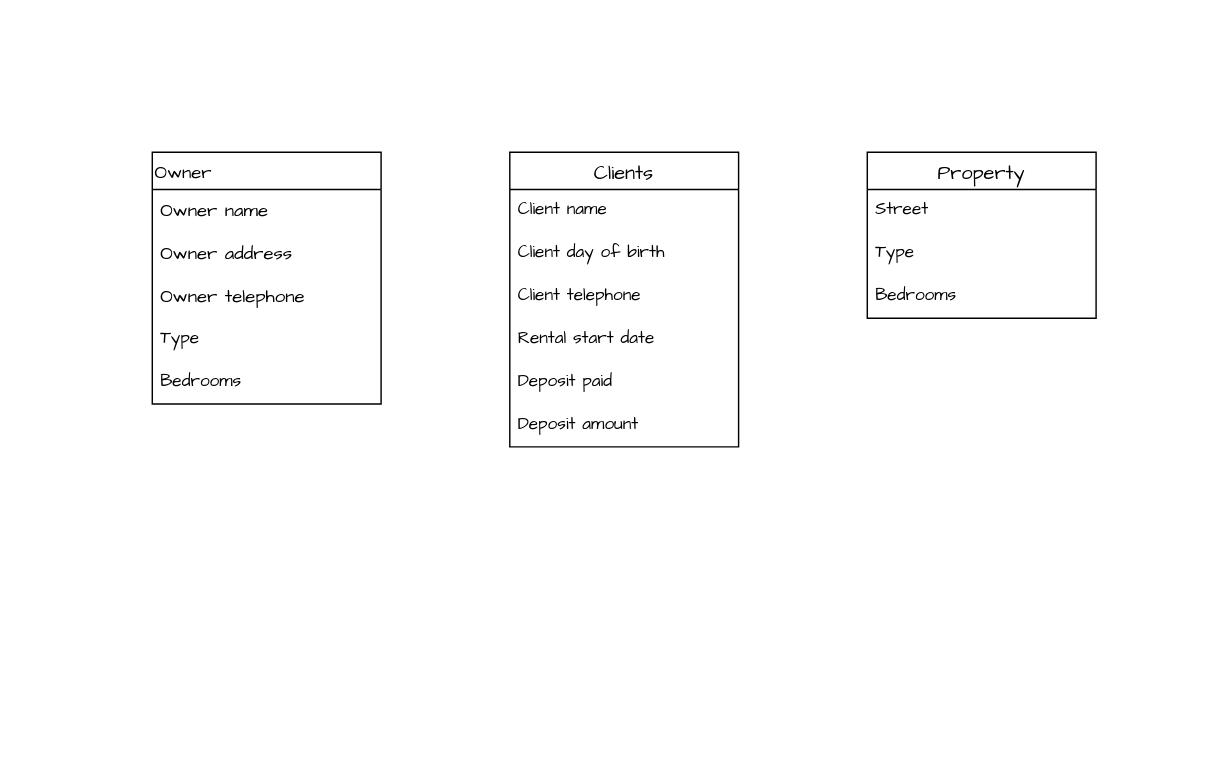
Earlier version of the draw.io diagram 3NF table structure.drawio (Richard-A-llen/Python). Source tidied: cells renumbered, new cells numbered last; positions are measured from the earlier drawing's top-left corner, leaving out a move shared by most shapes. Both pictures are drawn from the tidied source at 143%, with x=0, y=0 at pixel (152, 152).
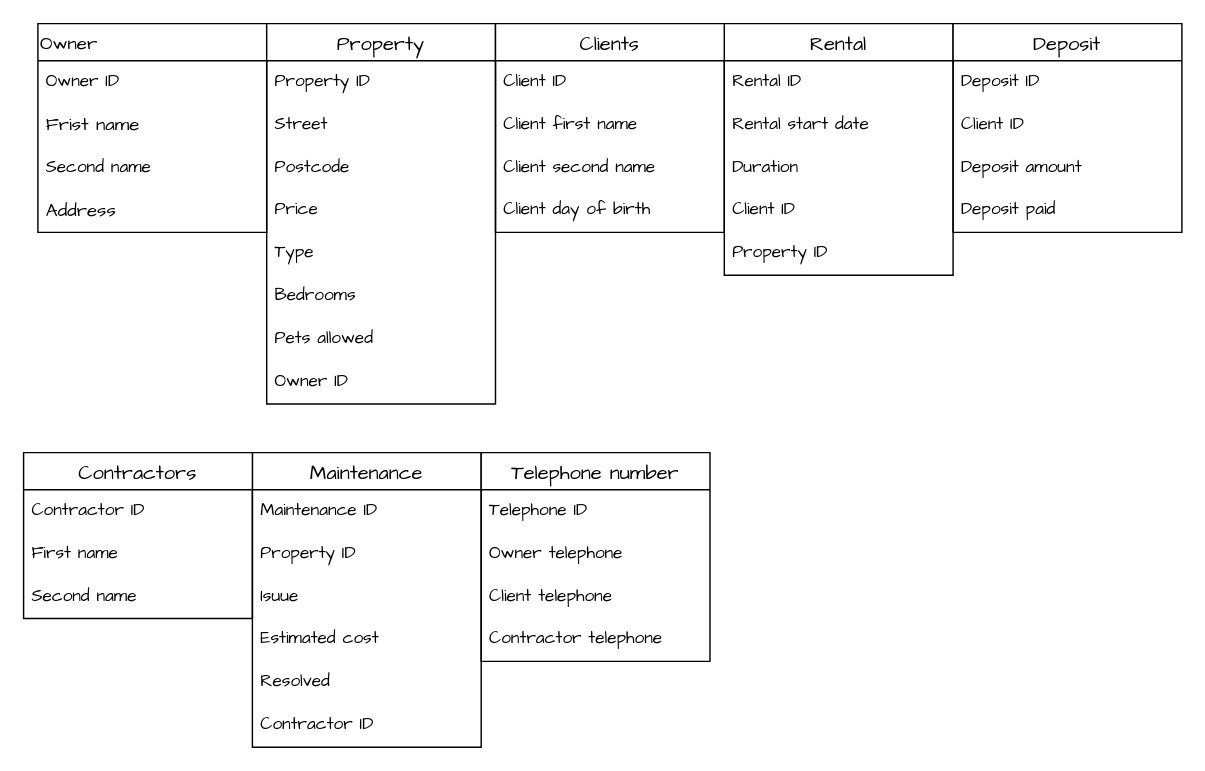
The same diagram, later.

The edit, as a diff of the source:
```diff
@@
     <mxCell id="2" value="Owner" style="swimlane;fontStyle=0;horizontal=1;startSize=26;align=left;fontSize=13;fontFamily=Comic Sans MS;" parent="1" vertex="1">
-      <mxGeometry width="160" height="176" as="geometry" />
+      <mxGeometry x="-80" y="-90" width="160" height="146" as="geometry" />
     </mxCell>
+    <mxCell id="19" value="Owner ID" style="text;strokeColor=none;fillColor=none;spacingLeft=4;spacingRight=4;overflow=hidden;fontSize=12;fontFamily=Comic Sans MS;" parent="2" vertex="1">
+      <mxGeometry y="26" width="160" height="30" as="geometry" />
+    </mxCell>
-    <mxCell id="3" value="Owner name" style="text;strokeColor=none;fillColor=none;spacingLeft=4;spacingRight=4;overflow=hidden;fontSize=13;fontFamily=Comic Sans MS;align=left;fontStyle=0;" parent="2" vertex="1">
-      <mxGeometry y="26" width="160" height="30" as="geometry" />
+    <mxCell id="3" value="Frist name" style="text;strokeColor=none;fillColor=none;spacingLeft=4;spacingRight=4;overflow=hidden;fontSize=13;fontFamily=Comic Sans MS;align=left;fontStyle=0;" parent="2" vertex="1">
+      <mxGeometry y="56" width="160" height="30" as="geometry" />
     </mxCell>
+    <mxCell id="20" value="Second name" style="text;strokeColor=none;fillColor=none;spacingLeft=4;spacingRight=4;overflow=hidden;fontSize=12;fontFamily=Comic Sans MS;" parent="2" vertex="1">
+      <mxGeometry y="86" width="160" height="30" as="geometry" />
+    </mxCell>
-    <mxCell id="4" value="Owner address" style="text;strokeColor=none;fillColor=none;spacingLeft=4;spacingRight=4;overflow=hidden;fontSize=13;fontFamily=Comic Sans MS;align=left;fontStyle=0;" parent="2" vertex="1">
-      <mxGeometry y="56" width="160" height="30" as="geometry" />
+    <mxCell id="4" value="Address" style="text;strokeColor=none;fillColor=none;spacingLeft=4;spacingRight=4;overflow=hidden;fontSize=13;fontFamily=Comic Sans MS;align=left;fontStyle=0;" parent="2" vertex="1">
+      <mxGeometry y="116" width="160" height="30" as="geometry" />
     </mxCell>
-    <mxCell id="5" value="Owner telephone&#10;" style="text;strokeColor=none;fillColor=none;spacingLeft=4;spacingRight=4;overflow=hidden;fontSize=13;fontStyle=0;fontFamily=Comic Sans MS;align=left;" parent="2" vertex="1">
-      <mxGeometry y="86" width="160" height="30" as="geometry" />
-    </mxCell>
-    <mxCell id="6" value="Type" style="text;strokeColor=none;fillColor=none;spacingLeft=4;spacingRight=4;overflow=hidden;fontSize=12;fontFamily=Comic Sans MS;" parent="2" vertex="1">
-      <mxGeometry y="116" width="160" height="30" as="geometry" />
-    </mxCell>
-    <mxCell id="7" value="Bedrooms" style="text;strokeColor=none;fillColor=none;spacingLeft=4;spacingRight=4;overflow=hidden;fontSize=12;fontFamily=Comic Sans MS;" parent="2" vertex="1">
-      <mxGeometry y="146" width="160" height="30" as="geometry" />
-    </mxCell>
-    <mxCell id="8" value="Clients" style="swimlane;fontStyle=0;horizontal=1;startSize=26;align=center;fontSize=14;fontFamily=Comic Sans MS;" parent="1" vertex="1">
-      <mxGeometry x="250" width="160" height="206" as="geometry" />
-    </mxCell>
-    <mxCell id="9" value="Client name" style="text;strokeColor=none;fillColor=none;spacingLeft=4;spacingRight=4;overflow=hidden;fontSize=12;fontFamily=Comic Sans MS;" parent="8" vertex="1">
-      <mxGeometry y="26" width="160" height="30" as="geometry" />
-    </mxCell>
-    <mxCell id="10" value="Client day of birth" style="text;strokeColor=none;fillColor=none;spacingLeft=4;spacingRight=4;overflow=hidden;fontSize=12;fontFamily=Comic Sans MS;" parent="8" vertex="1">
-      <mxGeometry y="56" width="160" height="30" as="geometry" />
-    </mxCell>
-    <mxCell id="11" value="Client telephone" style="text;strokeColor=none;fillColor=none;spacingLeft=4;spacingRight=4;overflow=hidden;fontSize=12;fontFamily=Comic Sans MS;" parent="8" vertex="1">
-      <mxGeometry y="86" width="160" height="30" as="geometry" />
-    </mxCell>
-    <mxCell id="12" value="Rental start date" style="text;strokeColor=none;fillColor=none;spacingLeft=4;spacingRight=4;overflow=hidden;fontSize=12;fontFamily=Comic Sans MS;" parent="8" vertex="1">
-      <mxGeometry y="116" width="160" height="30" as="geometry" />
-    </mxCell>
-    <mxCell id="13" value="Deposit paid" style="text;strokeColor=none;fillColor=none;spacingLeft=4;spacingRight=4;overflow=hidden;fontSize=12;fontFamily=Comic Sans MS;" parent="8" vertex="1">
-      <mxGeometry y="146" width="160" height="30" as="geometry" />
-    </mxCell>
-    <mxCell id="14" value="Deposit amount" style="text;strokeColor=none;fillColor=none;spacingLeft=4;spacingRight=4;overflow=hidden;fontSize=12;fontFamily=Comic Sans MS;" parent="8" vertex="1">
-      <mxGeometry y="176" width="160" height="30" as="geometry" />
-    </mxCell>
     <mxCell id="15" value="Property" style="swimlane;fontStyle=0;horizontal=1;startSize=26;align=center;fontSize=14;fontFamily=Comic Sans MS;" parent="1" vertex="1">
-      <mxGeometry x="500" width="160" height="116" as="geometry" />
+      <mxGeometry x="80" y="-90" width="160" height="266" as="geometry" />
     </mxCell>
+    <mxCell id="21" value="Property ID" style="text;strokeColor=none;fillColor=none;spacingLeft=4;spacingRight=4;overflow=hidden;fontSize=12;fontFamily=Comic Sans MS;" parent="15" vertex="1">
+      <mxGeometry y="26" width="160" height="30" as="geometry" />
+    </mxCell>
     <mxCell id="16" value="Street" style="text;strokeColor=none;fillColor=none;spacingLeft=4;spacingRight=4;overflow=hidden;fontSize=12;fontFamily=Comic Sans MS;" parent="15" vertex="1">
-      <mxGeometry y="26" width="160" height="30" as="geometry" />
+      <mxGeometry y="56" width="160" height="30" as="geometry" />
     </mxCell>
+    <mxCell id="22" value="Postcode" style="text;strokeColor=none;fillColor=none;spacingLeft=4;spacingRight=4;overflow=hidden;fontSize=12;fontFamily=Comic Sans MS;" parent="15" vertex="1">
+      <mxGeometry y="86" width="160" height="30" as="geometry" />
+    </mxCell>
+    <mxCell id="23" value="Price" style="text;strokeColor=none;fillColor=none;spacingLeft=4;spacingRight=4;overflow=hidden;fontSize=12;fontFamily=Comic Sans MS;" parent="15" vertex="1">
+      <mxGeometry y="116" width="160" height="30" as="geometry" />
+    </mxCell>
     <mxCell id="17" value="Type" style="text;strokeColor=none;fillColor=none;spacingLeft=4;spacingRight=4;overflow=hidden;fontSize=12;fontFamily=Comic Sans MS;" parent="15" vertex="1">
-      <mxGeometry y="56" width="160" height="30" as="geometry" />
+      <mxGeometry y="146" width="160" height="30" as="geometry" />
     </mxCell>
     <mxCell id="18" value="Bedrooms" style="text;strokeColor=none;fillColor=none;spacingLeft=4;spacingRight=4;overflow=hidden;fontSize=12;fontFamily=Comic Sans MS;" parent="15" vertex="1">
-      <mxGeometry y="86" width="160" height="30" as="geometry" />
+      <mxGeometry y="176" width="160" height="30" as="geometry" />
     </mxCell>
+    <mxCell id="24" value="Pets allowed" style="text;strokeColor=none;fillColor=none;spacingLeft=4;spacingRight=4;overflow=hidden;fontSize=12;fontFamily=Comic Sans MS;" parent="15" vertex="1">
+      <mxGeometry y="206" width="160" height="30" as="geometry" />
+    </mxCell>
+    <mxCell id="25" value="Owner ID" style="text;strokeColor=none;fillColor=none;spacingLeft=4;spacingRight=4;overflow=hidden;fontSize=12;fontFamily=Comic Sans MS;" parent="15" vertex="1">
+      <mxGeometry y="236" width="160" height="30" as="geometry" />
+    </mxCell>
+    <mxCell id="26" value="Rental" style="swimlane;fontStyle=0;horizontal=1;startSize=26;align=center;fontSize=14;fontFamily=Comic Sans MS;" parent="1" vertex="1">
+      <mxGeometry x="400" y="-90" width="160" height="176" as="geometry" />
+    </mxCell>
+    <mxCell id="27" value="Rental ID" style="text;strokeColor=none;fillColor=none;spacingLeft=4;spacingRight=4;overflow=hidden;fontSize=12;fontFamily=Comic Sans MS;" parent="26" vertex="1">
+      <mxGeometry y="26" width="160" height="30" as="geometry" />
+    </mxCell>
+    <mxCell id="12" value="Rental start date" style="text;strokeColor=none;fillColor=none;spacingLeft=4;spacingRight=4;overflow=hidden;fontSize=12;fontFamily=Comic Sans MS;" parent="26" vertex="1">
+      <mxGeometry y="56" width="160" height="30" as="geometry" />
+    </mxCell>
+    <mxCell id="28" value="Duration" style="text;strokeColor=none;fillColor=none;spacingLeft=4;spacingRight=4;overflow=hidden;fontSize=12;fontFamily=Comic Sans MS;" parent="26" vertex="1">
+      <mxGeometry y="86" width="160" height="30" as="geometry" />
+    </mxCell>
+    <mxCell id="29" value="Client ID" style="text;strokeColor=none;fillColor=none;spacingLeft=4;spacingRight=4;overflow=hidden;fontSize=12;fontFamily=Comic Sans MS;" parent="26" vertex="1">
+      <mxGeometry y="116" width="160" height="30" as="geometry" />
+    </mxCell>
+    <mxCell id="30" value="Property ID" style="text;strokeColor=none;fillColor=none;spacingLeft=4;spacingRight=4;overflow=hidden;fontSize=12;fontFamily=Comic Sans MS;" parent="26" vertex="1">
+      <mxGeometry y="146" width="160" height="30" as="geometry" />
+    </mxCell>
+    <mxCell id="31" value="Maintenance" style="swimlane;fontStyle=0;horizontal=1;startSize=26;align=center;fontSize=14;fontFamily=Comic Sans MS;" parent="1" vertex="1">
+      <mxGeometry x="70" y="210" width="160" height="206" as="geometry" />
+    </mxCell>
+    <mxCell id="32" value="Maintenance ID" style="text;strokeColor=none;fillColor=none;spacingLeft=4;spacingRight=4;overflow=hidden;fontSize=12;fontFamily=Comic Sans MS;" parent="31" vertex="1">
+      <mxGeometry y="26" width="160" height="30" as="geometry" />
+    </mxCell>
+    <mxCell id="33" value="Property ID" style="text;strokeColor=none;fillColor=none;spacingLeft=4;spacingRight=4;overflow=hidden;fontSize=12;fontFamily=Comic Sans MS;" parent="31" vertex="1">
+      <mxGeometry y="56" width="160" height="30" as="geometry" />
+    </mxCell>
+    <mxCell id="34" value="Isuue" style="text;strokeColor=none;fillColor=none;spacingLeft=4;spacingRight=4;overflow=hidden;fontSize=12;fontFamily=Comic Sans MS;" parent="31" vertex="1">
+      <mxGeometry y="86" width="160" height="30" as="geometry" />
+    </mxCell>
+    <mxCell id="35" value="Estimated cost" style="text;strokeColor=none;fillColor=none;spacingLeft=4;spacingRight=4;overflow=hidden;fontSize=12;fontFamily=Comic Sans MS;" parent="31" vertex="1">
+      <mxGeometry y="116" width="160" height="30" as="geometry" />
+    </mxCell>
+    <mxCell id="36" value="Resolved" style="text;strokeColor=none;fillColor=none;spacingLeft=4;spacingRight=4;overflow=hidden;fontSize=12;fontFamily=Comic Sans MS;" parent="31" vertex="1">
+      <mxGeometry y="146" width="160" height="30" as="geometry" />
+    </mxCell>
+    <mxCell id="37" value="Contractor ID" style="text;strokeColor=none;fillColor=none;spacingLeft=4;spacingRight=4;overflow=hidden;fontSize=12;fontFamily=Comic Sans MS;" parent="31" vertex="1">
+      <mxGeometry y="176" width="160" height="30" as="geometry" />
+    </mxCell>
+    <mxCell id="38" value="Contractors" style="swimlane;fontStyle=0;horizontal=1;startSize=26;align=center;fontSize=14;fontFamily=Comic Sans MS;" parent="1" vertex="1">
+      <mxGeometry x="-90" y="210" width="160" height="116" as="geometry" />
+    </mxCell>
+    <mxCell id="39" value="Contractor ID" style="text;strokeColor=none;fillColor=none;spacingLeft=4;spacingRight=4;overflow=hidden;fontSize=12;fontFamily=Comic Sans MS;" parent="38" vertex="1">
+      <mxGeometry y="26" width="160" height="30" as="geometry" />
+    </mxCell>
+    <mxCell id="40" value="First name" style="text;strokeColor=none;fillColor=none;spacingLeft=4;spacingRight=4;overflow=hidden;fontSize=12;fontFamily=Comic Sans MS;" parent="38" vertex="1">
+      <mxGeometry y="56" width="160" height="30" as="geometry" />
+    </mxCell>
+    <mxCell id="41" value="Second name" style="text;strokeColor=none;fillColor=none;spacingLeft=4;spacingRight=4;overflow=hidden;fontSize=12;fontFamily=Comic Sans MS;" parent="38" vertex="1">
+      <mxGeometry y="86" width="160" height="30" as="geometry" />
+    </mxCell>
+    <mxCell id="42" value="Deposit" style="swimlane;fontStyle=0;horizontal=1;startSize=26;align=center;fontSize=14;fontFamily=Comic Sans MS;" parent="1" vertex="1">
+      <mxGeometry x="560" y="-90" width="160" height="146" as="geometry" />
+    </mxCell>
+    <mxCell id="43" value="Deposit ID" style="text;strokeColor=none;fillColor=none;spacingLeft=4;spacingRight=4;overflow=hidden;fontSize=12;fontFamily=Comic Sans MS;" parent="42" vertex="1">
+      <mxGeometry y="26" width="160" height="30" as="geometry" />
+    </mxCell>
+    <mxCell id="44" value="Client ID" style="text;strokeColor=none;fillColor=none;spacingLeft=4;spacingRight=4;overflow=hidden;fontSize=12;fontFamily=Comic Sans MS;" parent="42" vertex="1">
+      <mxGeometry y="56" width="160" height="30" as="geometry" />
+    </mxCell>
+    <mxCell id="14" value="Deposit amount" style="text;strokeColor=none;fillColor=none;spacingLeft=4;spacingRight=4;overflow=hidden;fontSize=12;fontFamily=Comic Sans MS;" parent="42" vertex="1">
+      <mxGeometry y="86" width="160" height="30" as="geometry" />
+    </mxCell>
+    <mxCell id="13" value="Deposit paid" style="text;strokeColor=none;fillColor=none;spacingLeft=4;spacingRight=4;overflow=hidden;fontSize=12;fontFamily=Comic Sans MS;" parent="42" vertex="1">
+      <mxGeometry y="116" width="160" height="30" as="geometry" />
+    </mxCell>
+    <mxCell id="45" value="Telephone number" style="swimlane;fontStyle=0;horizontal=1;startSize=26;align=center;fontSize=14;fontFamily=Comic Sans MS;" parent="1" vertex="1">
+      <mxGeometry x="230" y="210" width="160" height="146" as="geometry" />
+    </mxCell>
+    <mxCell id="46" value="Telephone ID" style="text;strokeColor=none;fillColor=none;spacingLeft=4;spacingRight=4;overflow=hidden;fontSize=12;fontFamily=Comic Sans MS;" parent="45" vertex="1">
+      <mxGeometry y="26" width="160" height="30" as="geometry" />
+    </mxCell>
+    <mxCell id="5" value="Owner telephone" style="text;strokeColor=none;fillColor=none;spacingLeft=4;spacingRight=4;overflow=hidden;fontSize=12;fontFamily=Comic Sans MS;" parent="45" vertex="1">
+      <mxGeometry y="56" width="160" height="30" as="geometry" />
+    </mxCell>
+    <mxCell id="11" value="Client telephone" style="text;strokeColor=none;fillColor=none;spacingLeft=4;spacingRight=4;overflow=hidden;fontSize=12;fontFamily=Comic Sans MS;" parent="45" vertex="1">
+      <mxGeometry y="86" width="160" height="30" as="geometry" />
+    </mxCell>
+    <mxCell id="47" value="Contractor telephone" style="text;strokeColor=none;fillColor=none;spacingLeft=4;spacingRight=4;overflow=hidden;fontSize=12;fontFamily=Comic Sans MS;" parent="45" vertex="1">
+      <mxGeometry y="116" width="160" height="30" as="geometry" />
+    </mxCell>
+    <mxCell id="8" value="Clients" style="swimlane;fontStyle=0;horizontal=1;startSize=26;align=center;fontSize=14;fontFamily=Comic Sans MS;" parent="1" vertex="1">
+      <mxGeometry x="240" y="-90" width="160" height="146" as="geometry" />
+    </mxCell>
+    <mxCell id="48" value="Client ID" style="text;strokeColor=none;fillColor=none;spacingLeft=4;spacingRight=4;overflow=hidden;fontSize=12;fontFamily=Comic Sans MS;" parent="8" vertex="1">
+      <mxGeometry y="26" width="160" height="30" as="geometry" />
+    </mxCell>
+    <mxCell id="9" value="Client first name" style="text;strokeColor=none;fillColor=none;spacingLeft=4;spacingRight=4;overflow=hidden;fontSize=12;fontFamily=Comic Sans MS;" parent="8" vertex="1">
+      <mxGeometry y="56" width="160" height="30" as="geometry" />
+    </mxCell>
+    <mxCell id="49" value="Client second name" style="text;strokeColor=none;fillColor=none;spacingLeft=4;spacingRight=4;overflow=hidden;fontSize=12;fontFamily=Comic Sans MS;" parent="8" vertex="1">
+      <mxGeometry y="86" width="160" height="30" as="geometry" />
+    </mxCell>
+    <mxCell id="10" value="Client day of birth" style="text;strokeColor=none;fillColor=none;spacingLeft=4;spacingRight=4;overflow=hidden;fontSize=12;fontFamily=Comic Sans MS;" parent="8" vertex="1">
+      <mxGeometry y="116" width="160" height="30" as="geometry" />
+    </mxCell>
```
